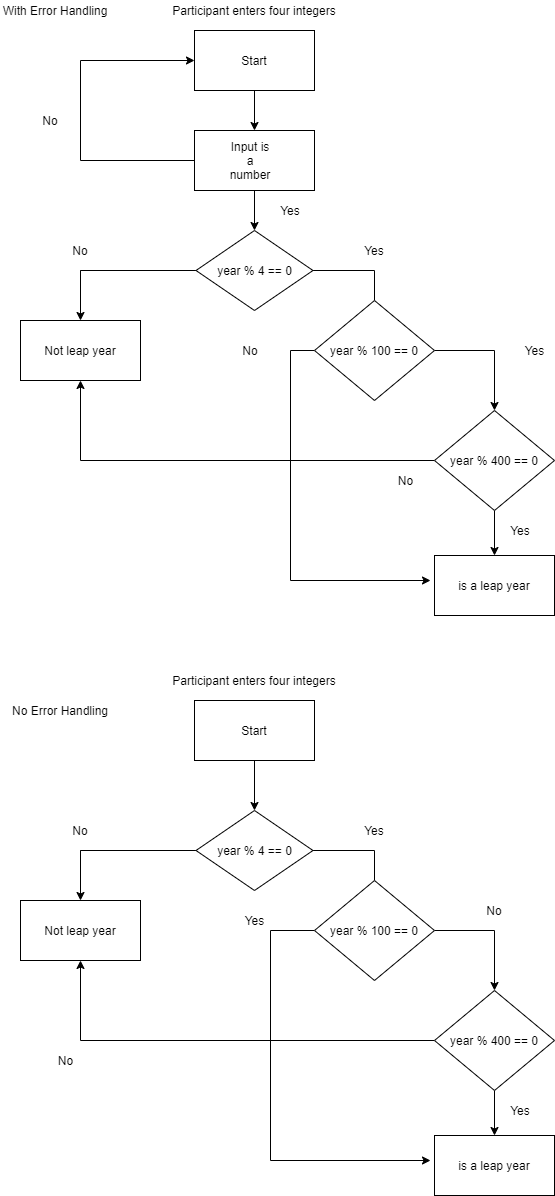
Before: phillip_renaud_hw1_q4ib.png, a diagram exported from draw.io (AandBstudent/CS362-HW3). Source tidied: cells renumbered, new cells last; positions are measured from the earlier drawing's top-left corner, leaving out a move shared by most shapes.
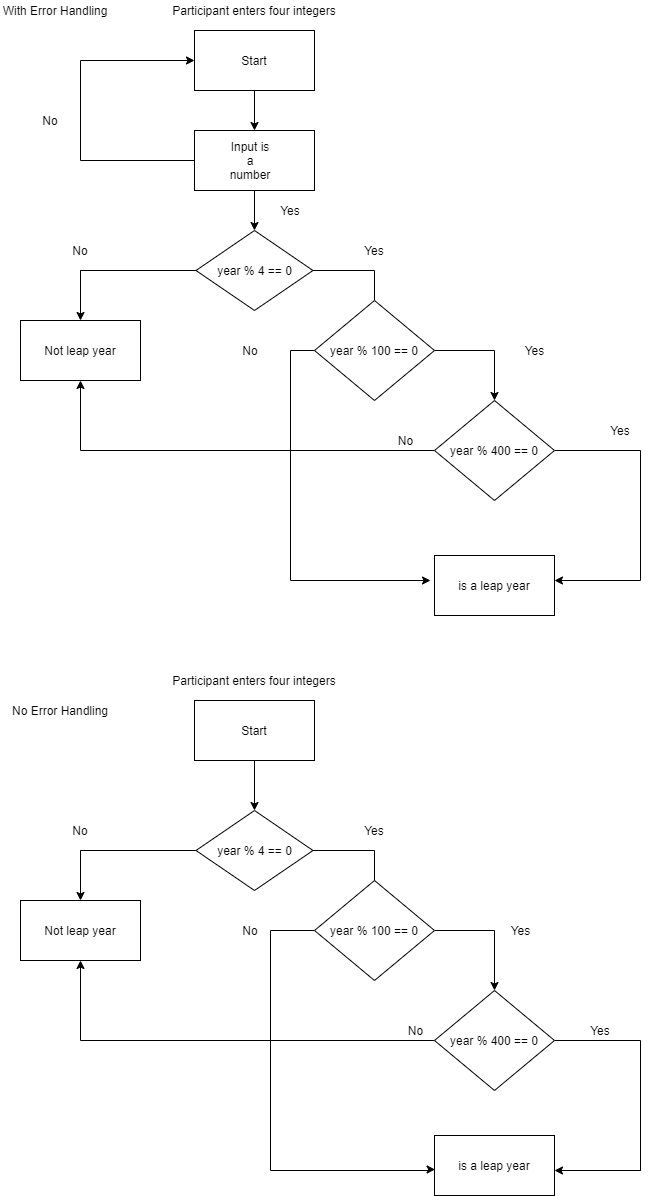
Later version of the same file.

The edit, as a diff of the source:
```diff
@@ -63,27 +63,37 @@
     <mxCell id="15" style="edgeStyle=orthogonalEdgeStyle;rounded=0;jettySize=auto;html=1;endArrow=classic;endFill=1;entryX=0.5;entryY=1;entryDx=0;entryDy=0;" parent="1" edge="1" source="17" target="8">
       <mxGeometry relative="1" as="geometry">
         <Array as="points">
-          <mxPoint x="80" y="460" />
+          <mxPoint x="80" y="450" />
         </Array>
       </mxGeometry>
     </mxCell>
-    <mxCell id="16" style="edgeStyle=orthogonalEdgeStyle;rounded=0;jettySize=auto;html=1;endArrow=classic;endFill=1;" parent="1" edge="1" source="17" target="19">
-      <mxGeometry relative="1" as="geometry" />
-    </mxCell>
+    <mxCell id="53" style="edgeStyle=orthogonalEdgeStyle;rounded=0;jettySize=auto;html=1;endArrow=none;endFill=0;" parent="1" edge="1" source="17">
+      <mxGeometry relative="1" as="geometry">
+        <mxPoint x="640" y="580" as="targetPoint" />
+      </mxGeometry>
+    </mxCell>
     <mxCell id="17" value="year % 400 == 0" style="rhombus;whiteSpace=wrap;html=1;" parent="1" vertex="1">
-      <mxGeometry x="434" y="410" width="120" height="100" as="geometry" />
+      <mxGeometry x="434" y="400" width="120" height="100" as="geometry" />
     </mxCell>
     <mxCell id="18" value="No" style="text;html=1;strokeColor=none;fillColor=none;align=center;verticalAlign=middle;whiteSpace=wrap;rounded=0;" parent="1" vertex="1">
       <mxGeometry x="230" y="340" width="40" height="20" as="geometry" />
     </mxCell>
+    <mxCell id="54" style="edgeStyle=orthogonalEdgeStyle;rounded=0;jettySize=auto;html=1;endArrow=none;endFill=0;startArrow=classic;startFill=1;" parent="1" edge="1" source="19">
+      <mxGeometry relative="1" as="geometry">
+        <mxPoint x="640" y="580" as="targetPoint" />
+        <Array as="points">
+          <mxPoint x="640" y="580" />
+        </Array>
+      </mxGeometry>
+    </mxCell>
     <mxCell id="19" value="is a leap year" style="rounded=0;whiteSpace=wrap;html=1;" parent="1" vertex="1">
       <mxGeometry x="434" y="555" width="120" height="60" as="geometry" />
     </mxCell>
     <mxCell id="20" value="Yes" style="text;html=1;strokeColor=none;fillColor=none;align=center;verticalAlign=middle;whiteSpace=wrap;rounded=0;" parent="1" vertex="1">
-      <mxGeometry x="500" y="520" width="40" height="20" as="geometry" />
+      <mxGeometry x="600" y="420" width="40" height="20" as="geometry" />
     </mxCell>
     <mxCell id="21" value="No" style="text;html=1;align=center;verticalAlign=middle;" parent="1" vertex="1">
-      <mxGeometry x="390" y="470" width="30" height="20" as="geometry" />
+      <mxGeometry x="390" y="430" width="30" height="20" as="geometry" />
     </mxCell>
     <mxCell id="22" value="Yes" style="text;html=1;align=center;verticalAlign=middle;" parent="1" vertex="1">
       <mxGeometry x="514" y="340" width="40" height="20" as="geometry" />
@@ -142,12 +152,13 @@
     <mxCell id="37" value="No" style="text;html=1;strokeColor=none;fillColor=none;align=center;verticalAlign=middle;whiteSpace=wrap;rounded=0;" parent="1" vertex="1">
       <mxGeometry x="60" y="820" width="40" height="20" as="geometry" />
     </mxCell>
-    <mxCell id="38" style="edgeStyle=orthogonalEdgeStyle;rounded=0;jettySize=auto;html=1;endArrow=classic;endFill=1;" parent="1" edge="1" source="40">
+    <mxCell id="38" style="edgeStyle=orthogonalEdgeStyle;rounded=0;jettySize=auto;html=1;endArrow=classic;endFill=1;entryX=0.005;entryY=0.567;entryDx=0;entryDy=0;entryPerimeter=0;" parent="1" edge="1" source="40" target="46">
       <mxGeometry relative="1" as="geometry">
-        <mxPoint x="430" y="1160" as="targetPoint" />
         <Array as="points">
           <mxPoint x="270" y="930" />
-          <mxPoint x="270" y="1160" />
+          <mxPoint x="270" y="1170" />
+          <mxPoint x="430" y="1170" />
+          <mxPoint x="430" y="1169" />
         </Array>
       </mxGeometry>
     </mxCell>
@@ -171,26 +182,36 @@
         </Array>
       </mxGeometry>
     </mxCell>
-    <mxCell id="43" style="edgeStyle=orthogonalEdgeStyle;rounded=0;jettySize=auto;html=1;endArrow=classic;endFill=1;" parent="1" edge="1" source="44" target="46">
-      <mxGeometry relative="1" as="geometry" />
-    </mxCell>
+    <mxCell id="55" style="edgeStyle=orthogonalEdgeStyle;rounded=0;jettySize=auto;html=1;startArrow=none;startFill=0;endArrow=none;endFill=0;" parent="1" edge="1" source="44">
+      <mxGeometry relative="1" as="geometry">
+        <mxPoint x="640" y="1170" as="targetPoint" />
+      </mxGeometry>
+    </mxCell>
     <mxCell id="44" value="year % 400 == 0" style="rhombus;whiteSpace=wrap;html=1;" parent="1" vertex="1">
       <mxGeometry x="434" y="990" width="120" height="100" as="geometry" />
     </mxCell>
     <mxCell id="45" value="No" style="text;html=1;strokeColor=none;fillColor=none;align=center;verticalAlign=middle;whiteSpace=wrap;rounded=0;" parent="1" vertex="1">
-      <mxGeometry x="474" y="900" width="40" height="20" as="geometry" />
+      <mxGeometry x="230" y="920" width="40" height="20" as="geometry" />
     </mxCell>
+    <mxCell id="56" style="edgeStyle=orthogonalEdgeStyle;rounded=0;jettySize=auto;html=1;startArrow=classic;startFill=1;endArrow=none;endFill=0;" parent="1" edge="1" source="46">
+      <mxGeometry relative="1" as="geometry">
+        <mxPoint x="640" y="1165" as="targetPoint" />
+        <Array as="points">
+          <mxPoint x="640" y="1170" />
+        </Array>
+      </mxGeometry>
+    </mxCell>
     <mxCell id="46" value="is a leap year" style="rounded=0;whiteSpace=wrap;html=1;" parent="1" vertex="1">
       <mxGeometry x="434" y="1135" width="120" height="60" as="geometry" />
     </mxCell>
     <mxCell id="47" value="Yes" style="text;html=1;strokeColor=none;fillColor=none;align=center;verticalAlign=middle;whiteSpace=wrap;rounded=0;" parent="1" vertex="1">
-      <mxGeometry x="500" y="1100" width="40" height="20" as="geometry" />
+      <mxGeometry x="580" y="1020" width="40" height="20" as="geometry" />
     </mxCell>
     <mxCell id="48" value="No" style="text;html=1;align=center;verticalAlign=middle;" parent="1" vertex="1">
-      <mxGeometry x="50" y="1050" width="30" height="20" as="geometry" />
+      <mxGeometry x="400" y="1020" width="30" height="20" as="geometry" />
     </mxCell>
     <mxCell id="49" value="Yes" style="text;html=1;align=center;verticalAlign=middle;" parent="1" vertex="1">
-      <mxGeometry x="234" y="910" width="40" height="20" as="geometry" />
+      <mxGeometry x="500" y="920" width="40" height="20" as="geometry" />
     </mxCell>
     <mxCell id="50" value="Participant enters four integers" style="text;html=1;strokeColor=none;fillColor=none;align=center;verticalAlign=middle;whiteSpace=wrap;rounded=0;" parent="1" vertex="1">
       <mxGeometry x="166" y="670" width="176" height="20" as="geometry" />
```
